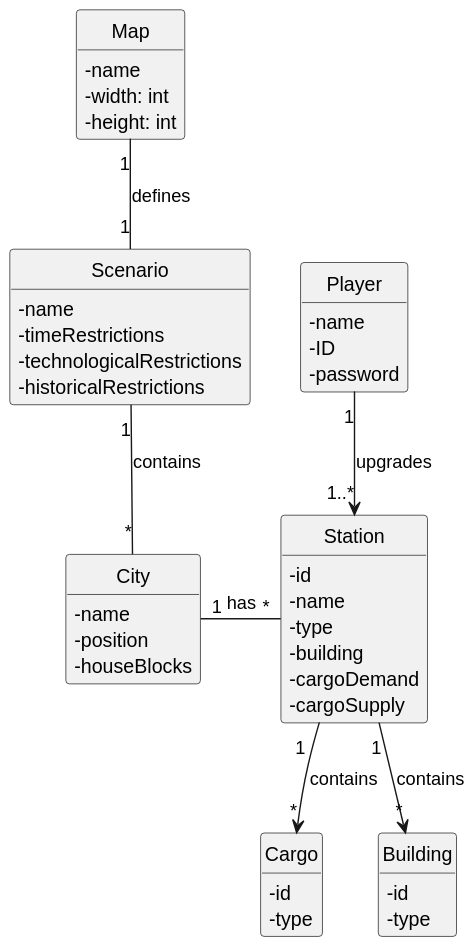
ivasduarte/all-aboard keeps this PlantUML diagram as docs/sprint3/us006/02.analysis/svg/us006-domain-model.svg. Above is the earlier version.
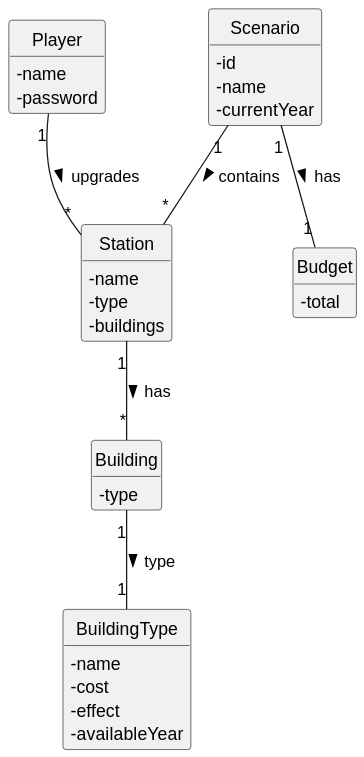
The same file after the commit.

The edit, as a diff of the source:
```diff
@@ -2,60 +2,50 @@
 skinparam monochrome true
 skinparam packageStyle rectangle
 skinparam shadowing false
-
 skinparam classAttributeIconSize 0
 
 hide circle
 hide methods
 
-class Map {
+class Player {
+
     - name
-    - width: int
-    - height: int
-}
-
-class Scenario {
-    - name
-    - timeRestrictions
-    - technologicalRestrictions
-    - historicalRestrictions
-}
-
-class City {
-    - name
-    - position
-    - houseBlocks
-}
-
-class Player {
-    - name
-    - ID
     - password
 }
 
 class Station {
-    - id
+
     - name
     - type
-    - building
-    - cargoDemand
-    - cargoSupply
+    - buildings
 }
 
-class Cargo{
-    - id
+class Building {
+
     - type
 }
 
-class Building {
-    - id
-    - type
+class BuildingType {
+    - name
+    - cost
+    - effect
+    - availableYear
 }
 
-Map "1" -- "1" Scenario : defines
-Scenario "1" -- "*" City : contains
-City "1" - "*" Station : has
-Player "1" --> "1..*" Station : upgrades
-Station "1" --> "*" Building : contains
-Station "1  " --> "*" Cargo: contains
+class Scenario {
+    - id
+    - name
+    - currentYear
+}
+
+class Budget {
+    - total
+}
+
+
+Player "1" -- "*" Station : upgrades >
+Station "1" -- "*" Building : has >
+Building "1" -- "1" BuildingType : type >
+Scenario "1" -- "*" Station : contains >
+Scenario "1" -- "1" Budget : has >
 @enduml
```
